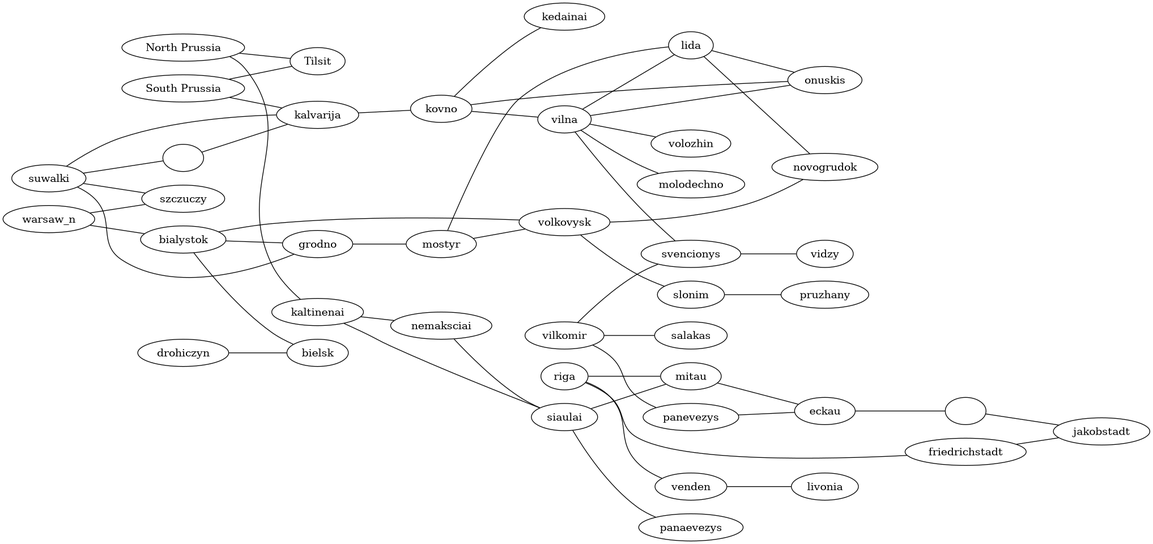
Before: map.png, a diagram exported from Graphviz (jmettraux/dot1812). Its source is kept beside it as map.dot.
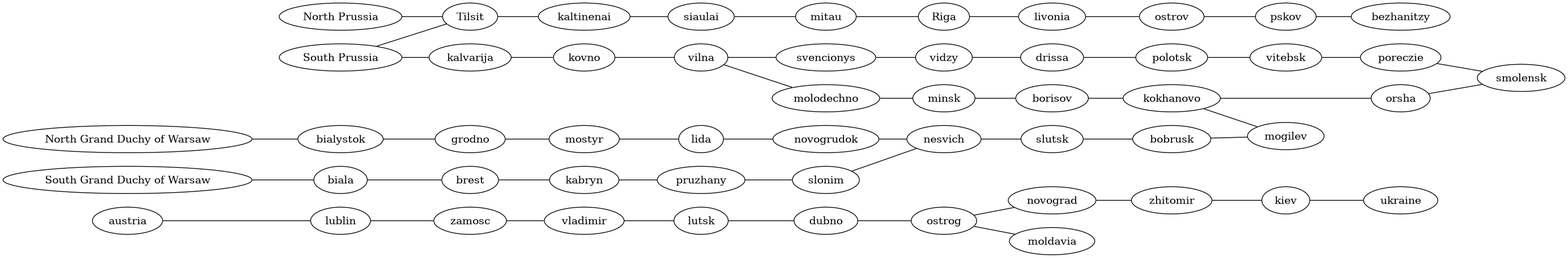
After the change.

Commit message:
Focus on highways

The edit, as a diff of the source:
```diff
@@ -4,55 +4,28 @@
   rankdir="LR";
   ordering="in";
 
+  ostrog -- novograd -- zhitomir -- kiev -- ukraine;
+  austria -- lublin -- zamosc -- vladimir -- lutsk -- dubno -- ostrog
+    -- moldavia;
+  warsaw_n -- bialystok -- grodno -- mostyr -- lida -- novogrudok -- nesvich
+    -- slutsk -- bobrusk;// -- mogilev;
+  warsaw_s -- biala -- brest -- kabryn -- pruzhany -- slonim -- nesvich;
+  prussia_n -- tilsit -- kaltinenai -- siaulai -- mitau;
+  prussia_s -- tilsit;
+  vilna -- svencionys -- vidzy -- drissa -- polotsk -- vitebsk -- poreczie
+    -- smolensk;
+  prussia_s -- kalvarija -- kovno -- vilna -- molodechno -- minsk -- borisov
+    -- kokhanovo -- mogilev;
+  kokhanovo -- orsha -- smolensk;
+  riga -- livonia -- ostrov -- pskov -- bezhanitzy;
+  mitau -- riga;
+  bobrusk -- mogilev;
+
+
+  riga [label="Riga"];
   prussia_n [label="North Prussia"];
   prussia_s [label="South Prussia"];
   tilsit [label="Tilsit"];
-  suwalki_e [label=""];
-  eckau_e [label=""];
-
-  riga -- mitau;
-  prussia_n -- tilsit;
-  prussia_n -- kaltinenai;
-  kaltinenai -- nemaksciai;
-  nemaksciai -- siaulai;
-  kaltinenai -- siaulai;
-  siaulai -- mitau -- eckau;
-  panevezys -- eckau -- eckau_e -- jakobstadt;
-  siaulai -- panaevezys;
-  prussia_s -- tilsit;
-  prussia_s -- kalvarija;
-  suwalki -- kalvarija;
-  suwalki -- szczuczy;
-  suwalki -- suwalki_e;
-  suwalki_e -- kalvarija;
-  warsaw_n -- szczuczy;
-  warsaw_n -- bialystok;
-  bialystok -- bielsk;
-  drohiczyn -- bielsk;
-  bialystok -- volkovysk;
-  mostyr -- volkovysk;
-  bialystok -- grodno;
-  suwalki -- grodno;
-  grodno -- mostyr;
-  mostyr -- lida;
-  lida -- novogrudok;
-  lida -- onuskis;
-  volkovysk -- novogrudok;
-  volkovysk -- slonim -- pruzhany;
-  kalvarija -- kovno;
-  kovno -- kedainai;
-  kovno -- onuskis;
-  kovno -- vilna;
-  vilna -- onuskis;
-  vilna -- lida;
-  vilna -- volozhin;
-  vilna -- molodechno;
-  vilna -- svencionys;
-  svencionys -- vidzy;
-  vilkomir -- svencionys;
-  vilkomir -- salakas;
-  vilkomir -- panevezys;
-  riga -- friedrichstadt -- jakobstadt;
-  riga -- venden;
-  venden -- livonia;
+  warsaw_n [label="North Grand Duchy of Warsaw"];
+  warsaw_s [label="South Grand Duchy of Warsaw"];
 }
```
